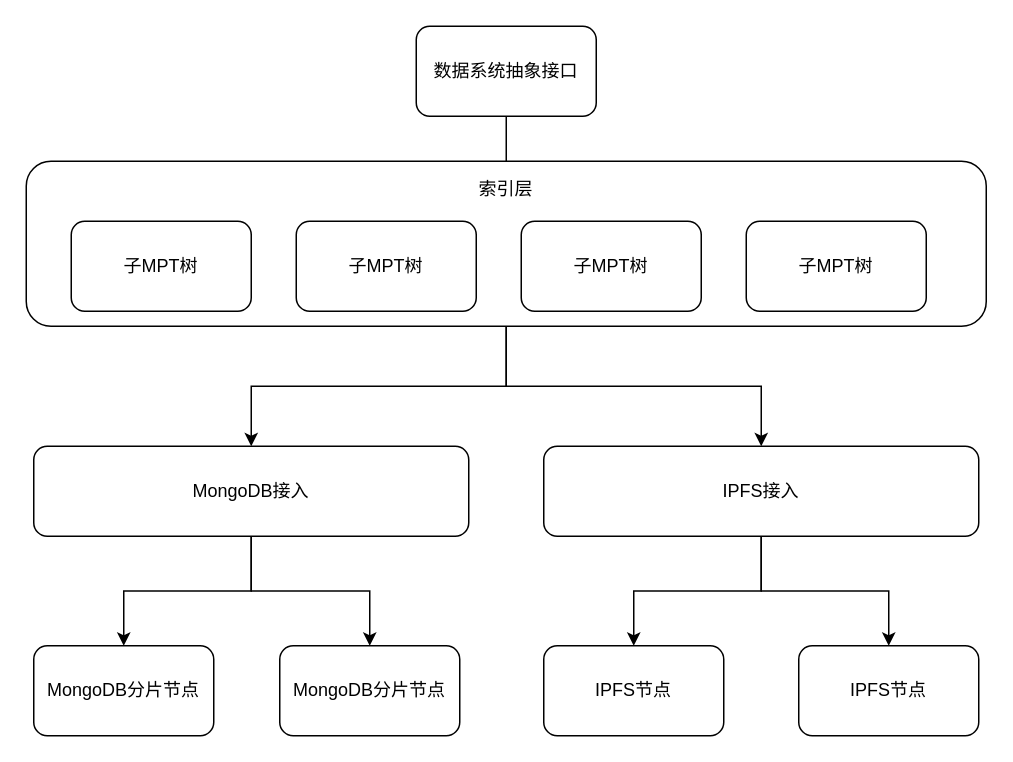
This is 数据系统结构图.drawio from DLL5/DLL_Note, a draw.io file, before an edit. Source tidied: cells renumbered, new cells numbered last; positions are measured from the earlier drawing's top-left corner, leaving out a move shared by most shapes. Both pictures are drawn from the tidied source at 150%, with x=0, y=0 at pixel (26, 26).
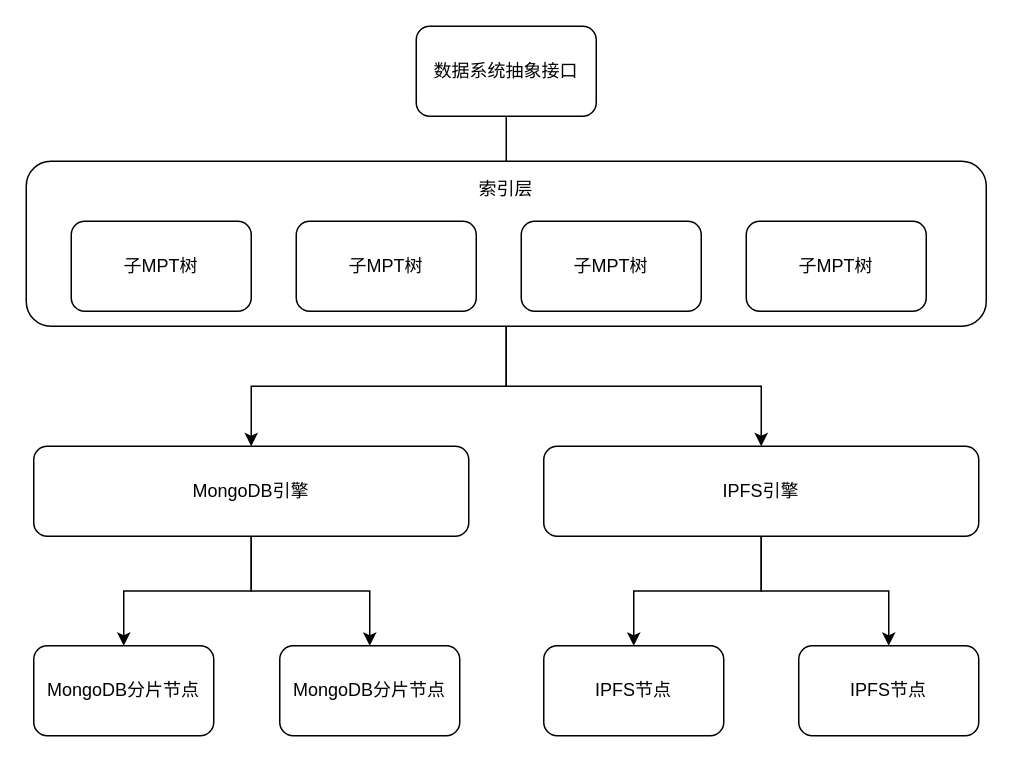
Above is the later version.

Commit message:
更新数据系统结构图.drawio

Change to the diagram source:
```diff
@@
-    <mxCell id="6" value="MongoDB接入" style="rounded=1;whiteSpace=wrap;html=1;" parent="1" vertex="1">
+    <mxCell id="6" value="MongoDB引擎" style="rounded=1;whiteSpace=wrap;html=1;" parent="1" vertex="1">
       <mxGeometry x="5" y="280" width="290" height="60" as="geometry" />
     </mxCell>
@@
-    <mxCell id="9" value="IPFS接入" style="rounded=1;whiteSpace=wrap;html=1;" parent="1" vertex="1">
+    <mxCell id="9" value="IPFS引擎" style="rounded=1;whiteSpace=wrap;html=1;" parent="1" vertex="1">
       <mxGeometry x="345" y="280" width="290" height="60" as="geometry" />
     </mxCell>
```
